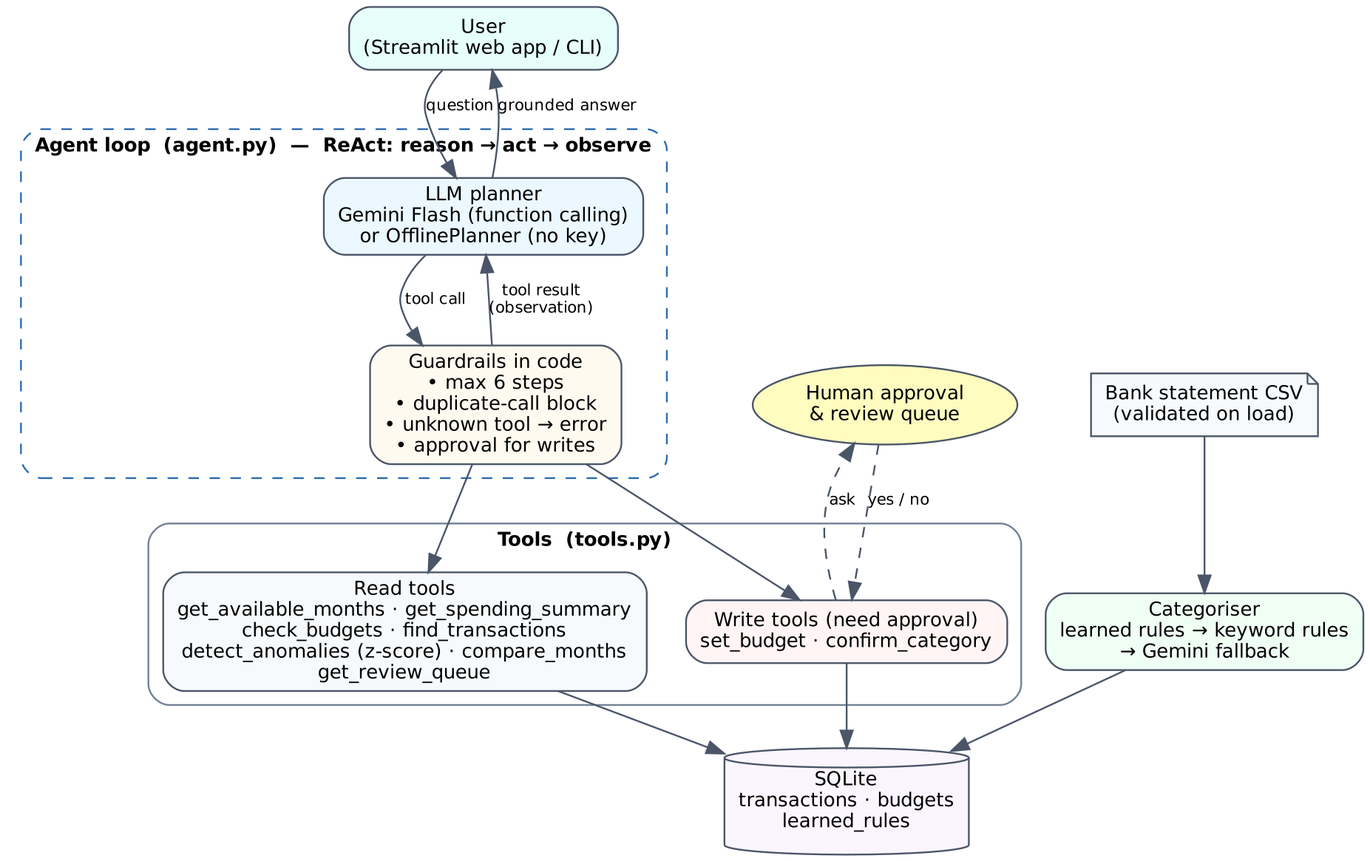
Above: docs/architecture.png in manasvipawa/expense-assistant-agent (Graphviz), before the change. Its source is kept beside it as docs/architecture.dot.
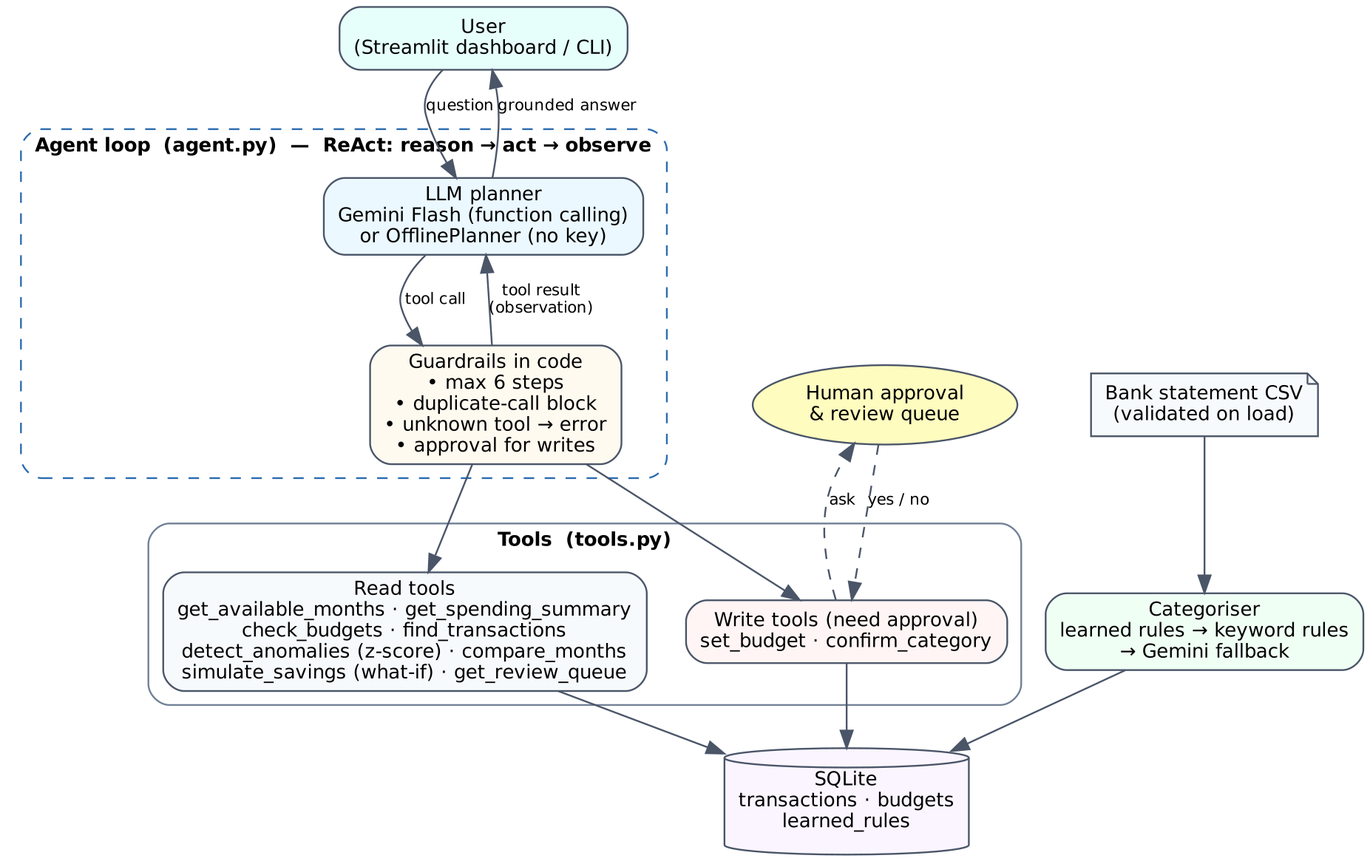
After the commit.

The edit, as a diff of the source:
```diff
@@ -2,13 +2,13 @@
   rankdir=TB; bgcolor="white"; nodesep=0.3; ranksep=0.45;
   node [shape=box, style="rounded,filled", fontname="Helvetica", fontsize=11, color="#4a5568", fillcolor="#f7fafc"];
   edge [fontname="Helvetica", fontsize=9, color="#4a5568"];
-  user [label="User\n(Streamlit web app / CLI)", fillcolor="#e6fffa"];
+  user [label="User\n(Streamlit dashboard / CLI)", fillcolor="#e6fffa"];
   subgraph cluster_agent { label="Agent loop  (agent.py)  —  ReAct: reason → act → observe"; fontname="Helvetica-Bold"; fontsize=11; style="rounded,dashed"; color="#2b6cb0";
     llm [label="LLM planner\nGemini Flash (function calling)\nor OfflinePlanner (no key)", fillcolor="#ebf8ff"];
     guard [label="Guardrails in code\n• max 6 steps\n• duplicate-call block\n• unknown tool → error\n• approval for writes", fillcolor="#fffaf0"];
   }
   subgraph cluster_tools { label="Tools  (tools.py)"; fontname="Helvetica-Bold"; fontsize=11; style="rounded"; color="#718096";
-    read [label="Read tools\nget_available_months · get_spending_summary\ncheck_budgets · find_transactions\ndetect_anomalies (z-score) · compare_months\nget_review_queue"];
+    read [label="Read tools\nget_available_months · get_spending_summary\ncheck_budgets · find_transactions\ndetect_anomalies (z-score) · compare_months\nsimulate_savings (what-if) · get_review_queue"];
     write [label="Write tools (need approval)\nset_budget · confirm_category", fillcolor="#fff5f5"];
   }
   csv [label="Bank statement CSV\n(validated on load)", shape=note];
```
